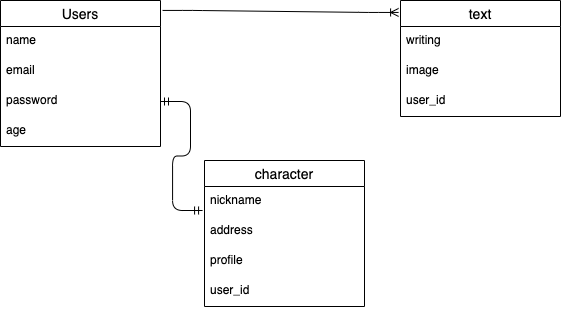
Earlier version of the draw.io export read.png (Tomoki06arkw/RELAXATION-DAIRY). Source tidied: cells renumbered, new cells last; positions are measured from the earlier drawing's top-left corner, leaving out a move shared by most shapes.
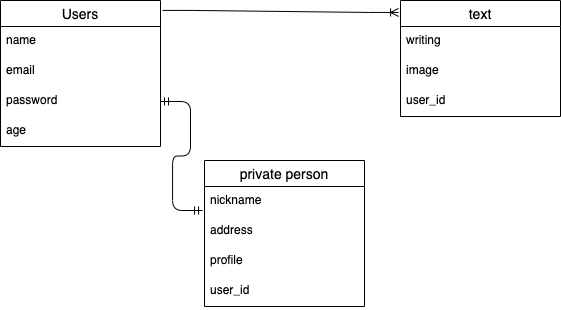
Above is the later version.

What changed in the source:
```diff
@@ -17,7 +17,7 @@
     <mxCell id="6" value="age" style="text;strokeColor=none;fillColor=none;spacingLeft=4;spacingRight=4;overflow=hidden;fontSize=12;" parent="2" vertex="1">
       <mxGeometry y="116" width="160" height="30" as="geometry" />
     </mxCell>
-    <mxCell id="7" value="character" style="swimlane;fontStyle=0;horizontal=1;startSize=26;align=center;fontSize=14;" parent="1" vertex="1">
+    <mxCell id="7" value="private person" style="swimlane;fontStyle=0;horizontal=1;startSize=26;align=center;fontSize=14;" parent="1" vertex="1">
       <mxGeometry x="204" y="160" width="160" height="146" as="geometry" />
     </mxCell>
     <mxCell id="8" value="nickname" style="text;strokeColor=none;fillColor=none;spacingLeft=4;spacingRight=4;overflow=hidden;points=[[0,0.5],[1,0.5]];portConstraint=eastwest;fontSize=12;" parent="7" vertex="1">
```
